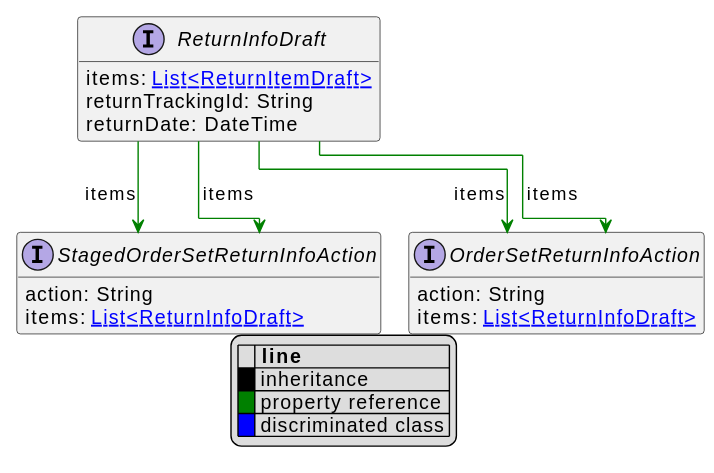
Above: uml/api/svg/ReturnInfoDraft.svg in commercetools/commercetools-api-reference (PlantUML), before the change.
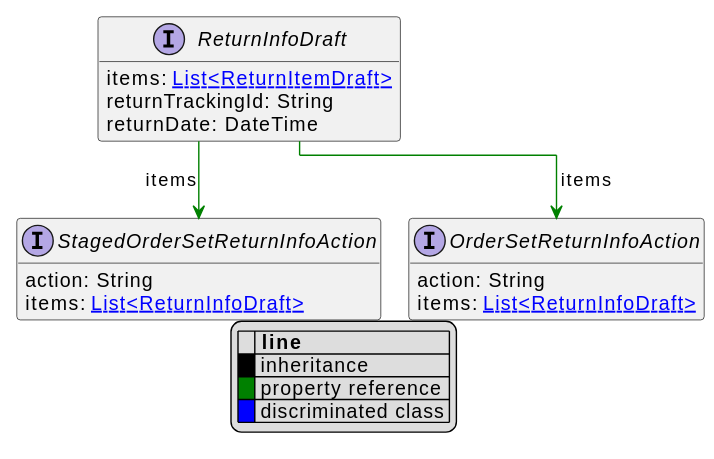
Above is the later version.

The edit, as a diff of the source:
```diff
@@ -26,7 +26,5 @@
 }
 
 ReturnInfoDraft --> StagedOrderSetReturnInfoAction #green;text:green : "items"
-ReturnInfoDraft --> StagedOrderSetReturnInfoAction #green;text:green : "items"
-ReturnInfoDraft --> OrderSetReturnInfoAction #green;text:green : "items"
 ReturnInfoDraft --> OrderSetReturnInfoAction #green;text:green : "items"
 @enduml
```
